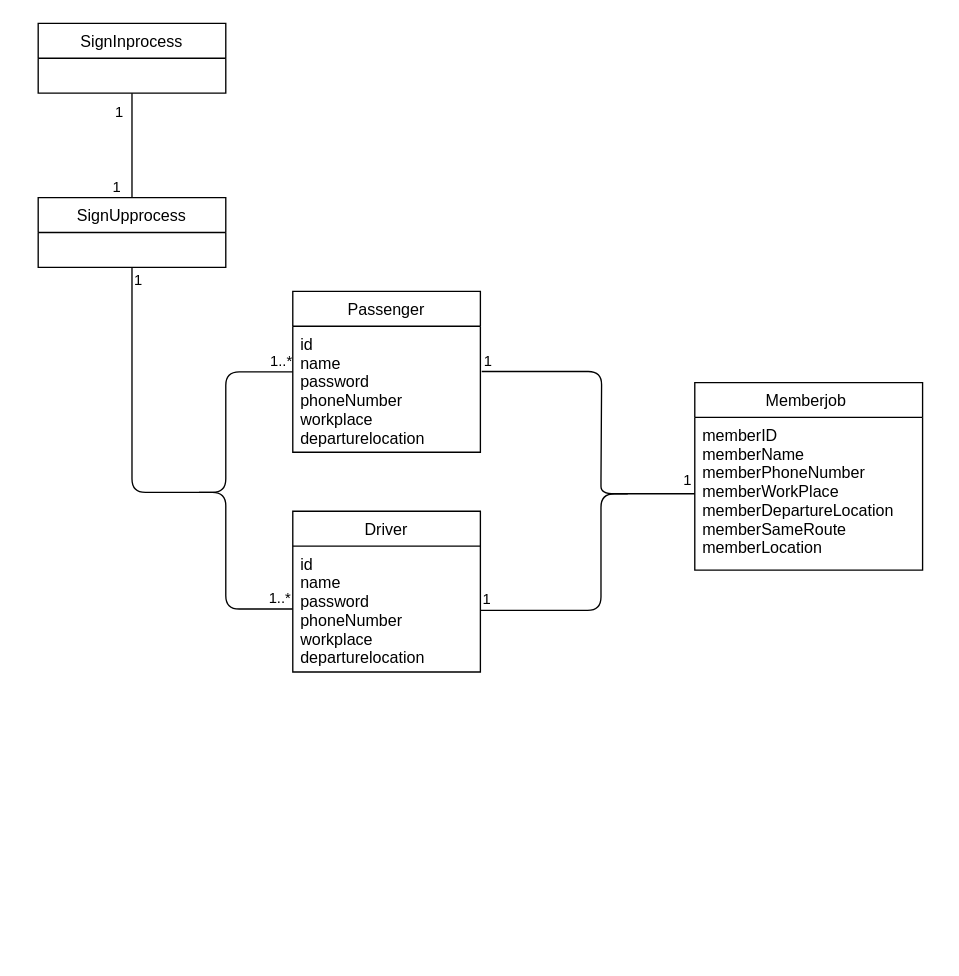
Earlier version of the draw.io diagram ans.drawio (109111114/110-2HW6). Source tidied: cells renumbered, new cells numbered last; positions are measured from the earlier drawing's top-left corner, leaving out a move shared by most shapes. Both pictures are drawn from the tidied source at 134%, with x=0, y=0 at pixel (38, 23).
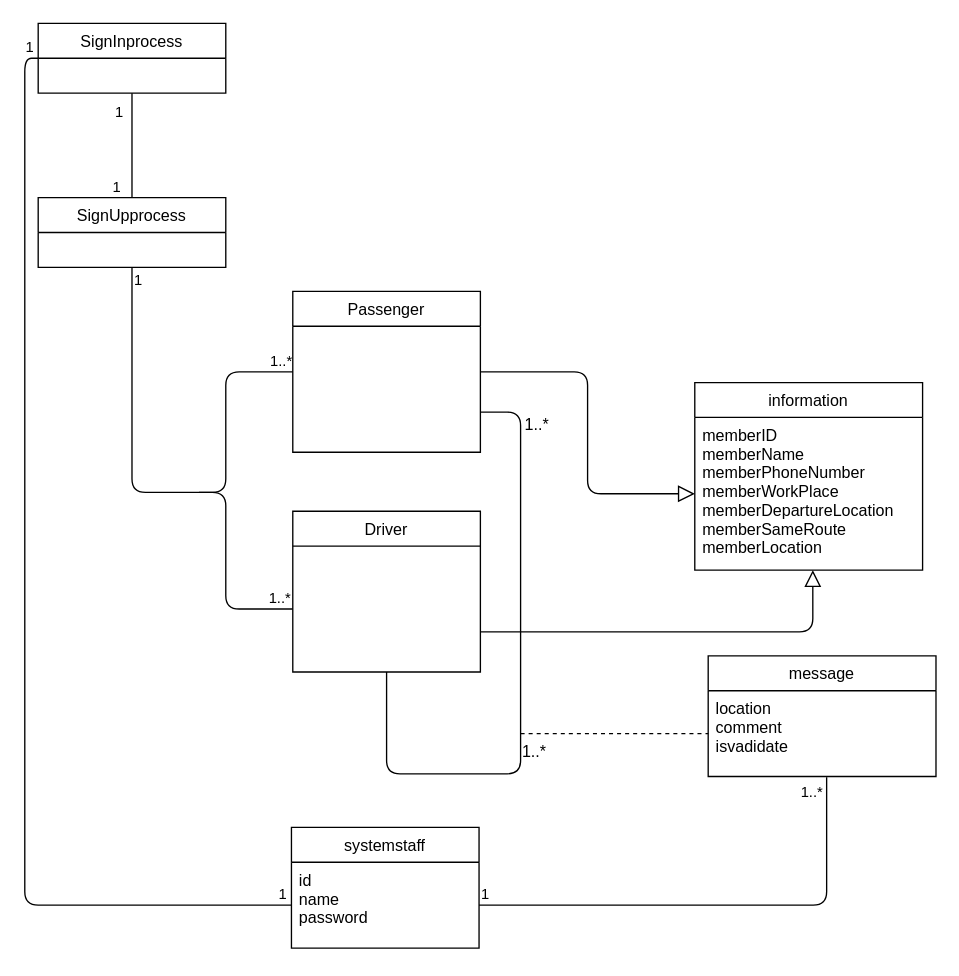
The same diagram, later.

Unchanged cells that the change refers to:
```xml
<mxCell id="2" value="SignInprocess" style="swimlane;fontStyle=0;horizontal=1;startSize=26;fillColor=none;" parent="1" vertex="1">
  <mxGeometry width="140" height="52" as="geometry" />
</mxCell>
<mxCell id="3" value="SignUpprocess" style="swimlane;fontStyle=0;horizontal=1;startSize=26;fillColor=none;" parent="1" vertex="1">
  <mxGeometry y="130" width="140" height="52" as="geometry" />
</mxCell>
<mxCell id="11" value="Passenger" style="swimlane;fontStyle=0;horizontal=1;startSize=26;fillColor=none;" parent="1" vertex="1">
  <mxGeometry x="190" y="200" width="140" height="120" as="geometry" />
</mxCell>
<mxCell id="13" value="Driver" style="swimlane;fontStyle=0;horizontal=1;startSize=26;fillColor=none;" parent="1" vertex="1">
  <mxGeometry x="190" y="364" width="140" height="120" as="geometry" />
</mxCell>
<mxCell id="16" value="memberID&#10;memberName&#10;memberPhoneNumber&#10;memberWorkPlace&#10;memberDepartureLocation&#10;memberSameRoute&#10;memberLocation" style="text;strokeColor=none;fillColor=none;align=left;verticalAlign=top;spacingLeft=4;spacingRight=4;overflow=hidden;points=[[0,0.5],[1,0.5]];portConstraint=eastwest;" parent="15" vertex="1">
  <mxGeometry y="26" width="170" height="114" as="geometry" />
</mxCell>
```

The edit, as a diff of the source:
```diff
@@
-    <mxCell id="7" style="endArrow=none;html=1;edgeStyle=orthogonalEdgeStyle;rounded=1;exitX=0.5;exitY=1;exitDx=0;exitDy=0;entryX=0;entryY=0.5;entryDx=0;entryDy=0;" parent="1" edge="1" source="3" target="14">
+    <mxCell id="7" style="endArrow=none;html=1;edgeStyle=orthogonalEdgeStyle;rounded=1;exitX=0.5;exitY=1;exitDx=0;exitDy=0;entryX=0;entryY=0.5;entryDx=0;entryDy=0;" parent="1" edge="1" source="3">
       <mxGeometry relative="1" as="geometry">
+        <mxPoint x="190" y="437" as="targetPoint" />
         <Array as="points">
           <mxPoint x="70" y="350" />
           <mxPoint x="140" y="350" />
           <mxPoint x="140" y="437" />
         </Array>
       </mxGeometry>
     </mxCell>
@@
-    <mxCell id="12" value="id&#10;name&#10;password&#10;phoneNumber&#10;workplace&#10;departurelocation" style="text;strokeColor=none;fillColor=none;align=left;verticalAlign=top;spacingLeft=4;spacingRight=4;overflow=hidden;points=[[0,0.5],[1,0.5]];portConstraint=eastwest;" parent="11" vertex="1">
-      <mxGeometry y="26" width="140" height="94" as="geometry" />
-    </mxCell>
@@
-    <mxCell id="14" value="id&#10;name&#10;password&#10;phoneNumber&#10;workplace&#10;departurelocation" style="text;strokeColor=none;fillColor=none;align=left;verticalAlign=top;spacingLeft=4;spacingRight=4;overflow=hidden;points=[[0,0.5],[1,0.5]];portConstraint=eastwest;" parent="13" vertex="1">
-      <mxGeometry y="26" width="140" height="94" as="geometry" />
-    </mxCell>
-    <mxCell id="15" value="Memberjob " style="swimlane;fontStyle=0;horizontal=1;startSize=26;fillColor=none;" parent="1" vertex="1">
+    <mxCell id="15" value="information" style="swimlane;fontStyle=0;horizontal=1;startSize=26;fillColor=none;" parent="1" vertex="1">
       <mxGeometry x="490" y="268" width="170" height="140" as="geometry" />
     </mxCell>
@@
-    <mxCell id="17" style="endArrow=none;html=1;edgeStyle=orthogonalEdgeStyle;rounded=1;exitX=1.007;exitY=0.359;exitDx=0;exitDy=0;exitPerimeter=0;" parent="1" edge="1" source="12">
-      <mxGeometry relative="1" as="geometry">
-        <mxPoint x="420" y="340" as="targetPoint" />
-      </mxGeometry>
-    </mxCell>
-    <mxCell id="18" value="1" style="edgeLabel;html=1;align=left;verticalAlign=bottom;" parent="17" vertex="1">
-      <mxGeometry x="-1" relative="1" as="geometry" />
-    </mxCell>
-    <mxCell id="19" style="endArrow=none;html=1;edgeStyle=orthogonalEdgeStyle;rounded=1;exitX=1;exitY=0.5;exitDx=0;exitDy=0;" parent="1" edge="1">
-      <mxGeometry relative="1" as="geometry">
-        <mxPoint x="330" y="438" as="sourcePoint" />
-        <mxPoint x="440" y="351" as="targetPoint" />
-        <Array as="points">
-          <mxPoint x="420" y="438" />
-          <mxPoint x="420" y="351" />
-        </Array>
-      </mxGeometry>
-    </mxCell>
-    <mxCell id="20" value="1" style="edgeLabel;html=1;align=left;verticalAlign=bottom;" parent="19" vertex="1">
-      <mxGeometry x="-1" relative="1" as="geometry" />
-    </mxCell>
-    <mxCell id="21" style="endArrow=none;html=1;edgeStyle=orthogonalEdgeStyle;rounded=1;entryX=0;entryY=0.5;entryDx=0;entryDy=0;" parent="1" edge="1" target="16">
-      <mxGeometry relative="1" as="geometry">
-        <mxPoint x="420" y="340" as="sourcePoint" />
-        <Array as="points">
-          <mxPoint x="420" y="351" />
-          <mxPoint x="490" y="351" />
-        </Array>
-      </mxGeometry>
-    </mxCell>
+    <mxCell id="23" value="1..*" style="edgeLabel;html=1;align=right;verticalAlign=bottom;" parent="1" vertex="1">
+      <mxGeometry x="189" y="437" as="geometry" />
+    </mxCell>
+    <mxCell id="24" value="message" style="swimlane;fontStyle=0;horizontal=1;startSize=26;fillColor=none;" parent="1" vertex="1">
+      <mxGeometry x="500" y="472" width="170" height="90" as="geometry" />
+    </mxCell>
+    <mxCell id="25" value="location&#10;comment&#10;isvadidate" style="text;strokeColor=none;fillColor=none;align=left;verticalAlign=top;spacingLeft=4;spacingRight=4;overflow=hidden;points=[[0,0.5],[1,0.5]];portConstraint=eastwest;" parent="24" vertex="1">
+      <mxGeometry y="26" width="170" height="64" as="geometry" />
+    </mxCell>
+    <mxCell id="26" style="endArrow=block;endSize=10;endFill=0;html=1;jumpSize=6;exitX=1;exitY=0.5;exitDx=0;exitDy=0;entryX=0;entryY=0.5;entryDx=0;entryDy=0;rounded=1;strokeColor=default;edgeStyle=orthogonalEdgeStyle;" parent="1" edge="1" source="11" target="16">
+      <mxGeometry x="-0.12" y="70" relative="1" as="geometry" />
+    </mxCell>
+    <mxCell id="27" style="endArrow=block;endSize=10;endFill=0;html=1;rounded=1;strokeColor=default;jumpSize=6;exitX=1;exitY=0.75;exitDx=0;exitDy=0;edgeStyle=orthogonalEdgeStyle;entryX=0.518;entryY=1;entryDx=0;entryDy=0;entryPerimeter=0;" parent="1" edge="1" source="13" target="16">
+      <mxGeometry y="50" relative="1" as="geometry" />
+    </mxCell>
+    <mxCell id="28" style="endArrow=none;html=1;rounded=1;endSize=10;strokeColor=default;jumpSize=6;edgeStyle=orthogonalEdgeStyle;entryX=1;entryY=0.75;entryDx=0;entryDy=0;exitX=0.5;exitY=1;exitDx=0;exitDy=0;" parent="1" edge="1" source="13" target="11">
+      <mxGeometry relative="1" as="geometry">
+        <Array as="points">
+          <mxPoint x="260" y="560" />
+          <mxPoint x="360" y="560" />
+          <mxPoint x="360" y="290" />
+        </Array>
+      </mxGeometry>
+    </mxCell>
+    <mxCell id="29" style="endArrow=none;dashed=1;html=1;rounded=1;endSize=10;strokeColor=default;jumpSize=6;entryX=0;entryY=0.5;entryDx=0;entryDy=0;" parent="1" edge="1" target="25">
+      <mxGeometry relative="1" as="geometry">
+        <mxPoint x="360" y="530" as="sourcePoint" />
+      </mxGeometry>
+    </mxCell>
+    <mxCell id="30" value="1..*" style="text;html=1;align=center;verticalAlign=middle;strokeColor=none;fillColor=none;" parent="1" vertex="1">
+      <mxGeometry x="355" y="534" width="30" height="20" as="geometry" />
+    </mxCell>
+    <mxCell id="31" value="1..*" style="text;html=1;align=center;verticalAlign=middle;strokeColor=none;fillColor=none;" parent="1" vertex="1">
+      <mxGeometry x="357" y="290" width="30" height="20" as="geometry" />
+    </mxCell>
+    <mxCell id="32" value="systemstaff" style="swimlane;fontStyle=0;horizontal=1;startSize=26;fillColor=none;" parent="1" vertex="1">
+      <mxGeometry x="189" y="600" width="140" height="90" as="geometry" />
+    </mxCell>
+    <mxCell id="33" value="id&#10;name&#10;password" style="text;strokeColor=none;fillColor=none;align=left;verticalAlign=top;spacingLeft=4;spacingRight=4;overflow=hidden;points=[[0,0.5],[1,0.5]];portConstraint=eastwest;" parent="32" vertex="1">
+      <mxGeometry y="26" width="140" height="64" as="geometry" />
+    </mxCell>
+    <mxCell id="34" style="endArrow=none;html=1;edgeStyle=orthogonalEdgeStyle;rounded=1;endSize=10;strokeColor=default;jumpSize=6;entryX=0;entryY=0.5;entryDx=0;entryDy=0;exitX=0;exitY=0.5;exitDx=0;exitDy=0;" parent="1" edge="1" source="2" target="33">
+      <mxGeometry relative="1" as="geometry" />
+    </mxCell>
+    <mxCell id="35" value="1" style="edgeLabel;html=1;align=left;verticalAlign=bottom;" parent="34" vertex="1">
+      <mxGeometry x="-1" relative="1" as="geometry">
+        <mxPoint x="-11" as="offset" />
+      </mxGeometry>
+    </mxCell>
-    <mxCell id="22" value="1" style="edgeLabel;html=1;align=right;verticalAlign=bottom;" parent="21" vertex="1">
+    <mxCell id="22" value="1" style="edgeLabel;html=1;align=right;verticalAlign=bottom;" parent="34" vertex="1">
       <mxGeometry x="1" relative="1" as="geometry">
-        <mxPoint x="-2" y="-2" as="offset" />
+        <mxPoint x="-3" as="offset" />
       </mxGeometry>
     </mxCell>
-    <mxCell id="23" value="1..*" style="edgeLabel;html=1;align=right;verticalAlign=bottom;" parent="1" vertex="1">
-      <mxGeometry x="189" y="437" as="geometry" />
-    </mxCell>
+    <mxCell id="36" style="endArrow=none;html=1;edgeStyle=orthogonalEdgeStyle;rounded=1;endSize=10;strokeColor=default;jumpSize=6;exitX=1;exitY=0.5;exitDx=0;exitDy=0;entryX=0.52;entryY=1.008;entryDx=0;entryDy=0;entryPerimeter=0;" parent="1" edge="1" source="33" target="25">
+      <mxGeometry relative="1" as="geometry" />
+    </mxCell>
+    <mxCell id="37" value="1" style="edgeLabel;html=1;align=left;verticalAlign=bottom;" parent="36" vertex="1">
+      <mxGeometry x="-1" relative="1" as="geometry" />
+    </mxCell>
+    <mxCell id="38" value="1..*" style="edgeLabel;html=1;align=right;verticalAlign=bottom;" parent="36" vertex="1">
+      <mxGeometry x="1" relative="1" as="geometry">
+        <mxPoint x="-2" y="20" as="offset" />
+      </mxGeometry>
+    </mxCell>
```
